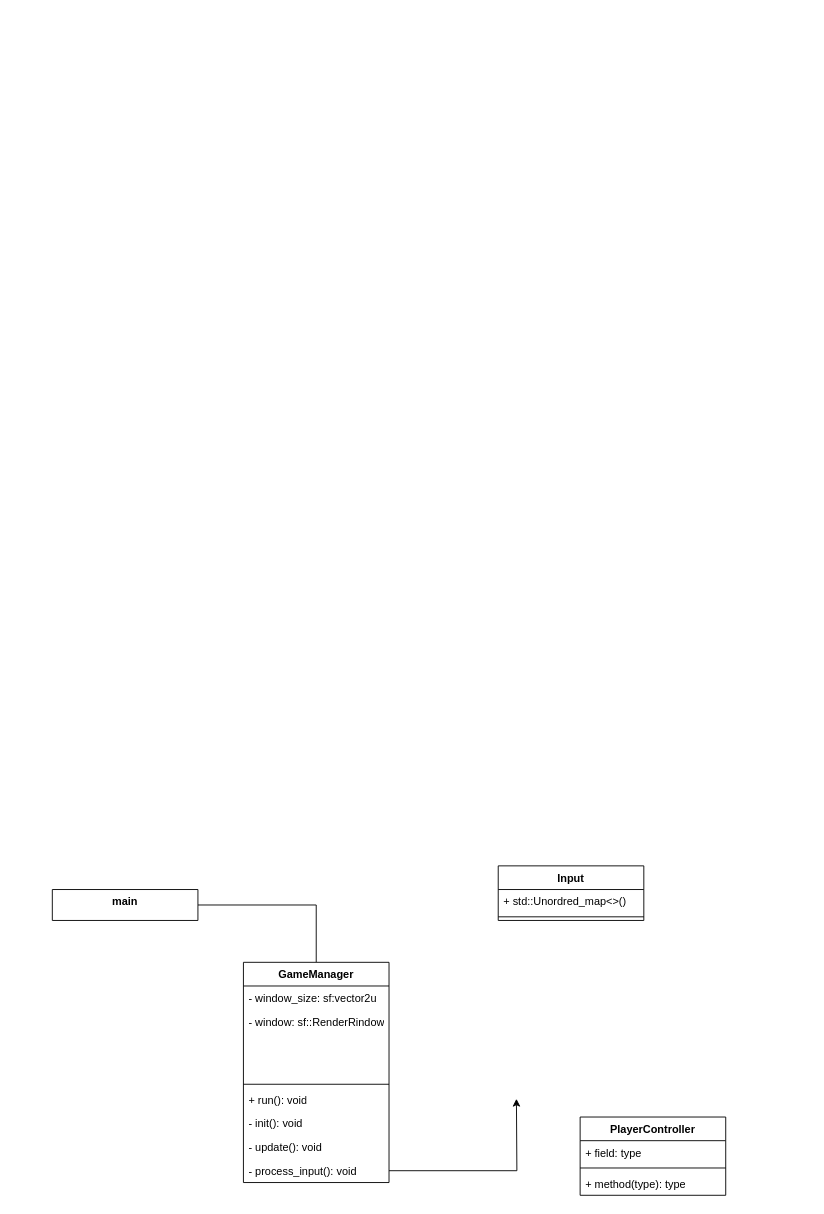
Above: docs/umlDocs/RapidRecharge-ClassDiagram.drawio in JodyLS27/space-invaders (draw.io), before the change. Source tidied: cells renumbered, new cells numbered last; positions are measured from the earlier drawing's top-left corner, leaving out a move shared by most shapes. Both pictures are drawn from the tidied source at 91%, with x=0, y=0 at pixel (52, 865).
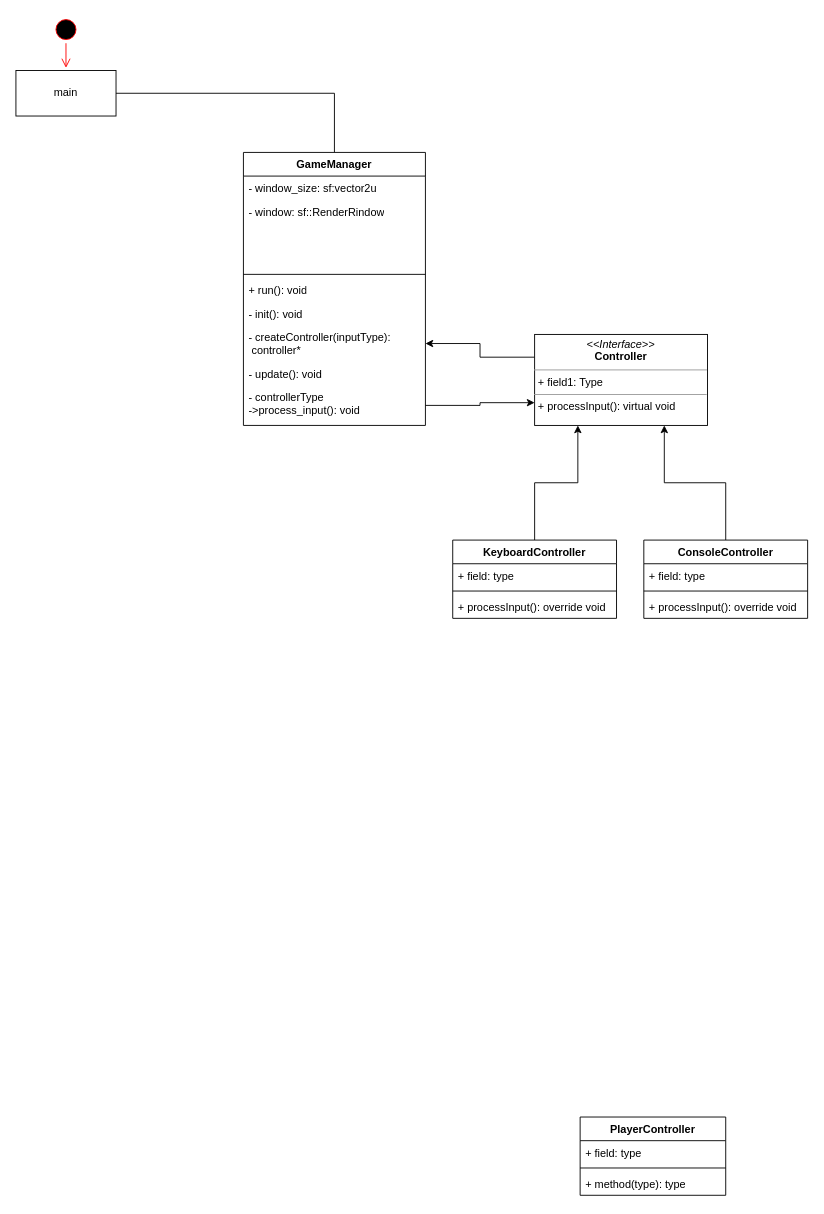
The same diagram, later.

Commit message (it also covers changes not shown here):
Updating class diagram - Adding Player Input dynamic support.

Change to the diagram source:
```diff
@@
-    <mxCell id="2" style="edgeStyle=orthogonalEdgeStyle;rounded=0;jettySize=auto;html=1;entryX=0.5;entryY=0;entryDx=0;entryDy=0;endArrow=none;endFill=0;" parent="1" edge="1" source="3" target="4">
+    <mxCell id="2" style="edgeStyle=orthogonalEdgeStyle;rounded=0;jettySize=auto;html=1;entryX=0.5;entryY=0;entryDx=0;entryDy=0;endArrow=none;endFill=0;exitX=1;exitY=0.5;exitDx=0;exitDy=0;" parent="1" edge="1" source="3" target="4">
       <mxGeometry relative="1" as="geometry" />
     </mxCell>
-    <mxCell id="3" value="main" style="swimlane;fontStyle=1;align=center;verticalAlign=top;horizontal=1;startSize=34;whiteSpace=wrap;html=1;" parent="1" vertex="1">
-      <mxGeometry y="26" width="160" height="34" as="geometry" />
-    </mxCell>
     <mxCell id="4" value="GameManager&lt;br&gt;" style="swimlane;fontStyle=1;align=center;verticalAlign=top;horizontal=1;startSize=26;whiteSpace=wrap;html=1;" parent="1" vertex="1">
-      <mxGeometry x="210" y="106" width="160" height="242" as="geometry" />
+      <mxGeometry x="210" y="-784" width="200" height="300" as="geometry" />
     </mxCell>
     <mxCell id="5" value="- window_size: sf:vector2u" style="text;strokeColor=none;fillColor=none;align=left;verticalAlign=top;spacingLeft=4;spacingRight=4;overflow=hidden;whiteSpace=wrap;html=1;" parent="4" vertex="1">
-      <mxGeometry y="26" width="160" height="26" as="geometry" />
+      <mxGeometry y="26" width="200" height="26" as="geometry" />
     </mxCell>
     <mxCell id="6" value="- window: sf::RenderRindow" style="text;strokeColor=none;fillColor=none;align=left;verticalAlign=top;spacingLeft=4;spacingRight=4;overflow=hidden;whiteSpace=wrap;html=1;" parent="4" vertex="1">
-      <mxGeometry y="52" width="160" height="26" as="geometry" />
+      <mxGeometry y="52" width="200" height="26" as="geometry" />
     </mxCell>
     <mxCell id="7" style="text;strokeColor=none;fillColor=none;align=left;verticalAlign=top;spacingLeft=4;spacingRight=4;overflow=hidden;whiteSpace=wrap;html=1;" parent="4" vertex="1">
-      <mxGeometry y="78" width="160" height="26" as="geometry" />
+      <mxGeometry y="78" width="200" height="26" as="geometry" />
     </mxCell>
     <mxCell id="8" style="text;strokeColor=none;fillColor=none;align=left;verticalAlign=top;spacingLeft=4;spacingRight=4;overflow=hidden;whiteSpace=wrap;html=1;" parent="4" vertex="1">
-      <mxGeometry y="104" width="160" height="26" as="geometry" />
+      <mxGeometry y="104" width="200" height="26" as="geometry" />
     </mxCell>
     <mxCell id="9" style="line;strokeWidth=1;fillColor=none;align=left;verticalAlign=middle;spacingTop=-1;spacingLeft=3;spacingRight=3;labelPosition=right;strokeColor=inherit;" parent="4" vertex="1">
-      <mxGeometry y="130" width="160" height="8" as="geometry" />
+      <mxGeometry y="130" width="200" height="8" as="geometry" />
     </mxCell>
     <mxCell id="10" value="+ run(): void" style="text;strokeColor=none;fillColor=none;align=left;verticalAlign=top;spacingLeft=4;spacingRight=4;overflow=hidden;whiteSpace=wrap;html=1;" parent="4" vertex="1">
-      <mxGeometry y="138" width="160" height="26" as="geometry" />
+      <mxGeometry y="138" width="200" height="26" as="geometry" />
     </mxCell>
     <mxCell id="11" value="- init(): void" style="text;strokeColor=none;fillColor=none;align=left;verticalAlign=top;spacingLeft=4;spacingRight=4;overflow=hidden;whiteSpace=wrap;html=1;" parent="4" vertex="1">
-      <mxGeometry y="164" width="160" height="26" as="geometry" />
+      <mxGeometry y="164" width="200" height="26" as="geometry" />
     </mxCell>
+    <mxCell id="22" value="- createController(inputType):&lt;br&gt;&amp;nbsp;controller*" style="text;strokeColor=none;fillColor=none;align=left;verticalAlign=top;spacingLeft=4;spacingRight=4;overflow=hidden;points=[[0,0.5],[1,0.5]];portConstraint=eastwest;whiteSpace=wrap;html=1;" parent="4" vertex="1">
+      <mxGeometry y="190" width="200" height="40" as="geometry" />
+    </mxCell>
     <mxCell id="12" value="- update(): void" style="text;strokeColor=none;fillColor=none;align=left;verticalAlign=top;spacingLeft=4;spacingRight=4;overflow=hidden;whiteSpace=wrap;html=1;" parent="4" vertex="1">
-      <mxGeometry y="190" width="160" height="26" as="geometry" />
+      <mxGeometry y="230" width="200" height="26" as="geometry" />
     </mxCell>
-    <mxCell id="13" style="edgeStyle=orthogonalEdgeStyle;rounded=0;jettySize=auto;html=1;" parent="4" edge="1" source="14">
-      <mxGeometry relative="1" as="geometry">
-        <mxPoint x="300" y="150" as="targetPoint" />
-      </mxGeometry>
-    </mxCell>
-    <mxCell id="14" value="- process_input(): void" style="text;strokeColor=none;fillColor=none;align=left;verticalAlign=top;spacingLeft=4;spacingRight=4;overflow=hidden;points=[[0,0.5],[1,0.5]];portConstraint=eastwest;whiteSpace=wrap;html=1;" parent="4" vertex="1">
-      <mxGeometry y="216" width="160" height="26" as="geometry" />
+    <mxCell id="14" value="- controllerType&lt;br&gt;-&amp;gt;process_input(): void" style="text;strokeColor=none;fillColor=none;align=left;verticalAlign=top;spacingLeft=4;spacingRight=4;overflow=hidden;points=[[0,0.5],[1,0.5]];portConstraint=eastwest;whiteSpace=wrap;html=1;" parent="4" vertex="1">
+      <mxGeometry y="256" width="200" height="44" as="geometry" />
     </mxCell>
-    <mxCell id="15" value="Input" style="swimlane;fontStyle=1;align=center;verticalAlign=top;horizontal=1;startSize=26;whiteSpace=wrap;html=1;" parent="1" vertex="1">
-      <mxGeometry x="490" width="160" height="60" as="geometry" />
-    </mxCell>
-    <mxCell id="16" value="+ std::Unordred_map&amp;lt;&amp;gt;()" style="text;strokeColor=none;fillColor=none;align=left;verticalAlign=top;spacingLeft=4;spacingRight=4;overflow=hidden;whiteSpace=wrap;html=1;" parent="15" vertex="1">
-      <mxGeometry y="26" width="160" height="26" as="geometry" />
-    </mxCell>
-    <mxCell id="17" style="line;strokeWidth=1;fillColor=none;align=left;verticalAlign=middle;spacingTop=-1;spacingLeft=3;spacingRight=3;labelPosition=right;strokeColor=inherit;" parent="15" vertex="1">
-      <mxGeometry y="52" width="160" height="8" as="geometry" />
-    </mxCell>
@@
+    <mxCell id="3" value="main" style="html=1;whiteSpace=wrap;" parent="1" vertex="1">
+      <mxGeometry x="-40" y="-874" width="110" height="50" as="geometry" />
+    </mxCell>
+    <mxCell id="23" style="edgeStyle=orthogonalEdgeStyle;rounded=0;jettySize=auto;html=1;entryX=0.25;entryY=1;entryDx=0;entryDy=0;" parent="1" edge="1" source="24" target="35">
+      <mxGeometry relative="1" as="geometry" />
+    </mxCell>
+    <mxCell id="24" value="KeyboardController" style="swimlane;fontStyle=1;align=center;verticalAlign=top;horizontal=1;startSize=26;whiteSpace=wrap;html=1;" parent="1" vertex="1">
+      <mxGeometry x="440" y="-358" width="180" height="86" as="geometry" />
+    </mxCell>
+    <mxCell id="25" value="+ field: type" style="text;strokeColor=none;fillColor=none;align=left;verticalAlign=top;spacingLeft=4;spacingRight=4;overflow=hidden;whiteSpace=wrap;html=1;" parent="24" vertex="1">
+      <mxGeometry y="26" width="180" height="26" as="geometry" />
+    </mxCell>
+    <mxCell id="26" style="line;strokeWidth=1;fillColor=none;align=left;verticalAlign=middle;spacingTop=-1;spacingLeft=3;spacingRight=3;labelPosition=right;strokeColor=inherit;" parent="24" vertex="1">
+      <mxGeometry y="52" width="180" height="8" as="geometry" />
+    </mxCell>
+    <mxCell id="27" value="+ processInput(): override void" style="text;strokeColor=none;fillColor=none;align=left;verticalAlign=top;spacingLeft=4;spacingRight=4;overflow=hidden;whiteSpace=wrap;html=1;" parent="24" vertex="1">
+      <mxGeometry y="60" width="180" height="26" as="geometry" />
+    </mxCell>
+    <mxCell id="28" style="ellipse;html=1;shape=startState;fillColor=#000000;strokeColor=#ff0000;" parent="1" vertex="1">
+      <mxGeometry y="-934" width="30" height="30" as="geometry" />
+    </mxCell>
+    <mxCell id="29" style="edgeStyle=orthogonalEdgeStyle;html=1;verticalAlign=bottom;endArrow=open;endSize=8;strokeColor=#ff0000;rounded=0;entryX=0.5;entryY=-0.058;entryDx=0;entryDy=0;entryPerimeter=0;" parent="1" edge="1" source="28" target="3">
+      <mxGeometry relative="1" as="geometry" />
+    </mxCell>
+    <mxCell id="30" style="edgeStyle=orthogonalEdgeStyle;rounded=0;jettySize=auto;html=1;entryX=0.75;entryY=1;entryDx=0;entryDy=0;" parent="1" edge="1" source="31" target="35">
+      <mxGeometry relative="1" as="geometry" />
+    </mxCell>
+    <mxCell id="31" value="ConsoleController" style="swimlane;fontStyle=1;align=center;verticalAlign=top;horizontal=1;startSize=26;whiteSpace=wrap;html=1;" parent="1" vertex="1">
+      <mxGeometry x="650" y="-358" width="180" height="86" as="geometry" />
+    </mxCell>
+    <mxCell id="32" value="+ field: type" style="text;strokeColor=none;fillColor=none;align=left;verticalAlign=top;spacingLeft=4;spacingRight=4;overflow=hidden;whiteSpace=wrap;html=1;" parent="31" vertex="1">
+      <mxGeometry y="26" width="180" height="26" as="geometry" />
+    </mxCell>
+    <mxCell id="33" style="line;strokeWidth=1;fillColor=none;align=left;verticalAlign=middle;spacingTop=-1;spacingLeft=3;spacingRight=3;labelPosition=right;strokeColor=inherit;" parent="31" vertex="1">
+      <mxGeometry y="52" width="180" height="8" as="geometry" />
+    </mxCell>
+    <mxCell id="34" value="+ processInput(): override&amp;nbsp;void" style="text;strokeColor=none;fillColor=none;align=left;verticalAlign=top;spacingLeft=4;spacingRight=4;overflow=hidden;whiteSpace=wrap;html=1;" parent="31" vertex="1">
+      <mxGeometry y="60" width="180" height="26" as="geometry" />
+    </mxCell>
+    <mxCell id="13" style="edgeStyle=orthogonalEdgeStyle;rounded=0;jettySize=auto;html=1;entryX=1;entryY=0.5;entryDx=0;entryDy=0;exitX=0;exitY=0.25;exitDx=0;exitDy=0;" parent="1" edge="1" source="35" target="22">
+      <mxGeometry relative="1" as="geometry" />
+    </mxCell>
+    <mxCell id="35" value="&lt;p style=&quot;margin:0px;margin-top:4px;text-align:center;&quot;&gt;&lt;i&gt;&amp;lt;&amp;lt;Interface&amp;gt;&amp;gt;&lt;/i&gt;&lt;br&gt;&lt;b&gt;Controller&lt;/b&gt;&lt;/p&gt;&lt;hr size=&quot;1&quot;&gt;&lt;p style=&quot;margin:0px;margin-left:4px;&quot;&gt;+ field1: Type&lt;br&gt;&lt;/p&gt;&lt;hr size=&quot;1&quot;&gt;&lt;p style=&quot;margin:0px;margin-left:4px;&quot;&gt;+ processInput(): virtual void&lt;/p&gt;" style="verticalAlign=top;align=left;overflow=fill;fontSize=12;fontFamily=Helvetica;html=1;whiteSpace=wrap;" parent="1" vertex="1">
+      <mxGeometry x="530" y="-584" width="190" height="100" as="geometry" />
+    </mxCell>
+    <mxCell id="36" style="edgeStyle=orthogonalEdgeStyle;rounded=0;jettySize=auto;html=1;entryX=0;entryY=0.75;entryDx=0;entryDy=0;" parent="1" edge="1" source="14" target="35">
+      <mxGeometry relative="1" as="geometry" />
+    </mxCell>
```
